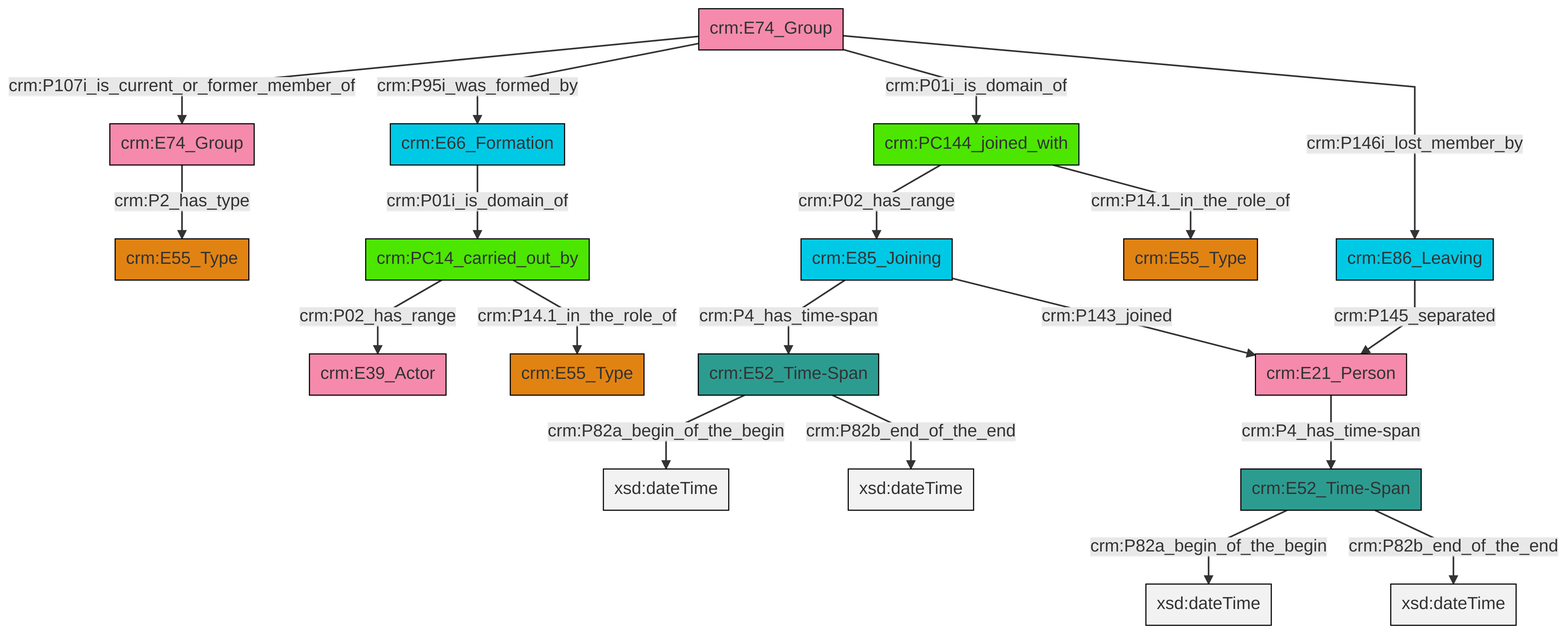
This is et/groupCSV/ttl/mmd/png/group_actor_relations.png from swiss-art-research-net/docs.swissartresearch, a Mermaid export, as it was before one commit. Its source is kept beside it as et/groupCSV/ttl/mmd/group_actor_relations.ttl.mmd.
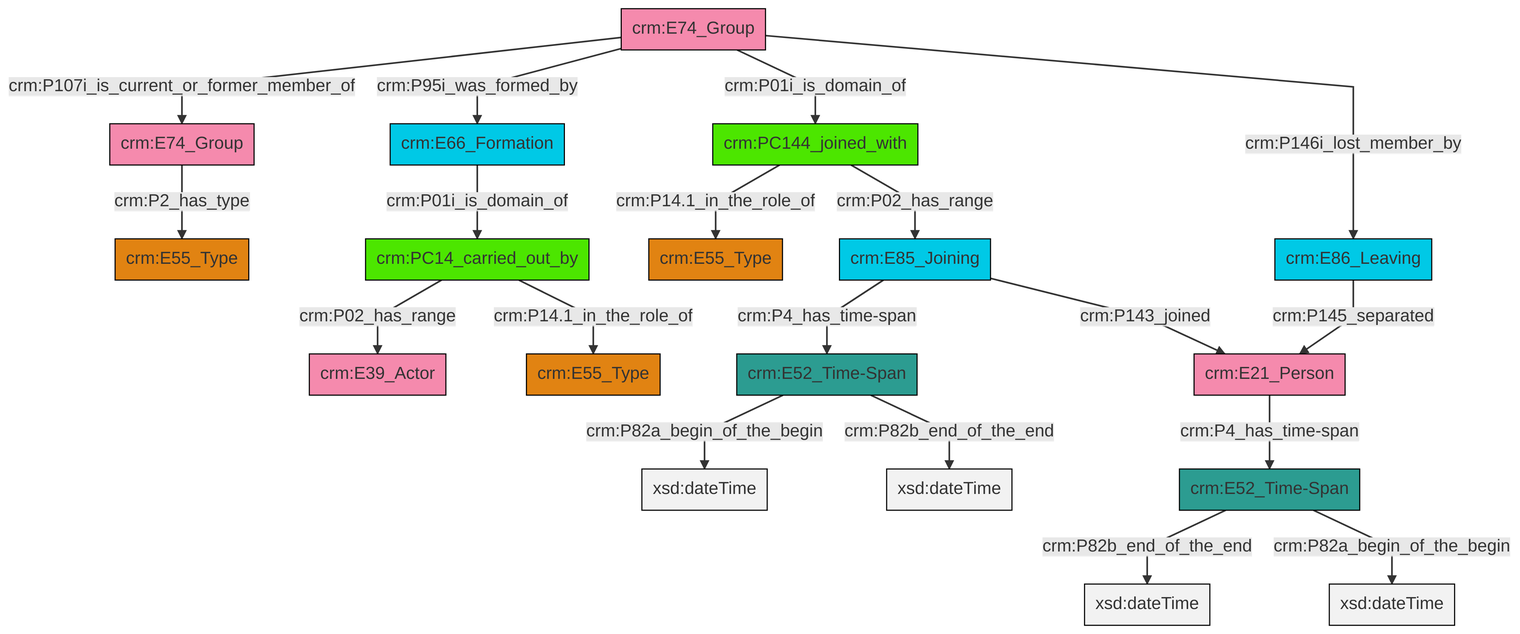
After the commit.

Change to the diagram source:
```diff
@@ -13,21 +13,21 @@
 classDef PC_Classes fill:#4ce600, stroke:#000000;
 classDef Multi fill:#cccccc,stroke:#000000;
 
-0["crm:E74_Group"]:::Actor -->|crm:P107i_is_current_or_former_member_of| 1["crm:E74_Group"]:::Actor
-6["crm:E52_Time-Span"]:::Time-Span -->|crm:P82a_begin_of_the_begin| 8[xsd:dateTime]:::Literal
-9["crm:PC14_carried_out_by"]:::PC_Classes -->|crm:P02_has_range| 10["crm:E39_Actor"]:::Actor
-11["crm:E52_Time-Span"]:::Time-Span -->|crm:P82a_begin_of_the_begin| 13[xsd:dateTime]:::Literal
-14["crm:PC144_joined_with"]:::PC_Classes -->|crm:P02_has_range| 15["crm:E85_Joining"]:::Temporal_Entity
-18["crm:E66_Formation"]:::Temporal_Entity -->|crm:P01i_is_domain_of| 9["crm:PC14_carried_out_by"]:::PC_Classes
-0["crm:E74_Group"]:::Actor -->|crm:P95i_was_formed_by| 18["crm:E66_Formation"]:::Temporal_Entity
-0["crm:E74_Group"]:::Actor -->|crm:P01i_is_domain_of| 14["crm:PC144_joined_with"]:::PC_Classes
-14["crm:PC144_joined_with"]:::PC_Classes -->|crm:P14.1_in_the_role_of| 4["crm:E55_Type"]:::Type
-6["crm:E52_Time-Span"]:::Time-Span -->|crm:P82b_end_of_the_end| 23[xsd:dateTime]:::Literal
-0["crm:E74_Group"]:::Actor -->|crm:P146i_lost_member_by| 16["crm:E86_Leaving"]:::Temporal_Entity
-16["crm:E86_Leaving"]:::Temporal_Entity -->|crm:P145_separated| 21["crm:E21_Person"]:::Actor
-15["crm:E85_Joining"]:::Temporal_Entity -->|crm:P4_has_time-span| 11["crm:E52_Time-Span"]:::Time-Span
-15["crm:E85_Joining"]:::Temporal_Entity -->|crm:P143_joined| 21["crm:E21_Person"]:::Actor
-1["crm:E74_Group"]:::Actor -->|crm:P2_has_type| 2["crm:E55_Type"]:::Type
-11["crm:E52_Time-Span"]:::Time-Span -->|crm:P82b_end_of_the_end| 31[xsd:dateTime]:::Literal
-9["crm:PC14_carried_out_by"]:::PC_Classes -->|crm:P14.1_in_the_role_of| 27["crm:E55_Type"]:::Type
-21["crm:E21_Person"]:::Actor -->|crm:P4_has_time-span| 6["crm:E52_Time-Span"]:::Time-Span
+0["crm:E85_Joining"]:::Temporal_Entity -->|crm:P4_has_time-span| 1["crm:E52_Time-Span"]:::Time-Span
+2["crm:E66_Formation"]:::Temporal_Entity -->|crm:P01i_is_domain_of| 3["crm:PC14_carried_out_by"]:::PC_Classes
+4["crm:E74_Group"]:::Actor -->|crm:P107i_is_current_or_former_member_of| 5["crm:E74_Group"]:::Actor
+4["crm:E74_Group"]:::Actor -->|crm:P95i_was_formed_by| 2["crm:E66_Formation"]:::Temporal_Entity
+6["crm:E21_Person"]:::Actor -->|crm:P4_has_time-span| 15["crm:E52_Time-Span"]:::Time-Span
+4["crm:E74_Group"]:::Actor -->|crm:P01i_is_domain_of| 19["crm:PC144_joined_with"]:::PC_Classes
+5["crm:E74_Group"]:::Actor -->|crm:P2_has_type| 9["crm:E55_Type"]:::Type
+21["crm:E86_Leaving"]:::Temporal_Entity -->|crm:P145_separated| 6["crm:E21_Person"]:::Actor
+3["crm:PC14_carried_out_by"]:::PC_Classes -->|crm:P02_has_range| 11["crm:E39_Actor"]:::Actor
+19["crm:PC144_joined_with"]:::PC_Classes -->|crm:P14.1_in_the_role_of| 17["crm:E55_Type"]:::Type
+4["crm:E74_Group"]:::Actor -->|crm:P146i_lost_member_by| 21["crm:E86_Leaving"]:::Temporal_Entity
+3["crm:PC14_carried_out_by"]:::PC_Classes -->|crm:P14.1_in_the_role_of| 13["crm:E55_Type"]:::Type
+15["crm:E52_Time-Span"]:::Time-Span -->|crm:P82b_end_of_the_end| 25[xsd:dateTime]:::Literal
+1["crm:E52_Time-Span"]:::Time-Span -->|crm:P82a_begin_of_the_begin| 26[xsd:dateTime]:::Literal
+0["crm:E85_Joining"]:::Temporal_Entity -->|crm:P143_joined| 6["crm:E21_Person"]:::Actor
+15["crm:E52_Time-Span"]:::Time-Span -->|crm:P82a_begin_of_the_begin| 27[xsd:dateTime]:::Literal
+1["crm:E52_Time-Span"]:::Time-Span -->|crm:P82b_end_of_the_end| 30[xsd:dateTime]:::Literal
+19["crm:PC144_joined_with"]:::PC_Classes -->|crm:P02_has_range| 0["crm:E85_Joining"]:::Temporal_Entity
```
